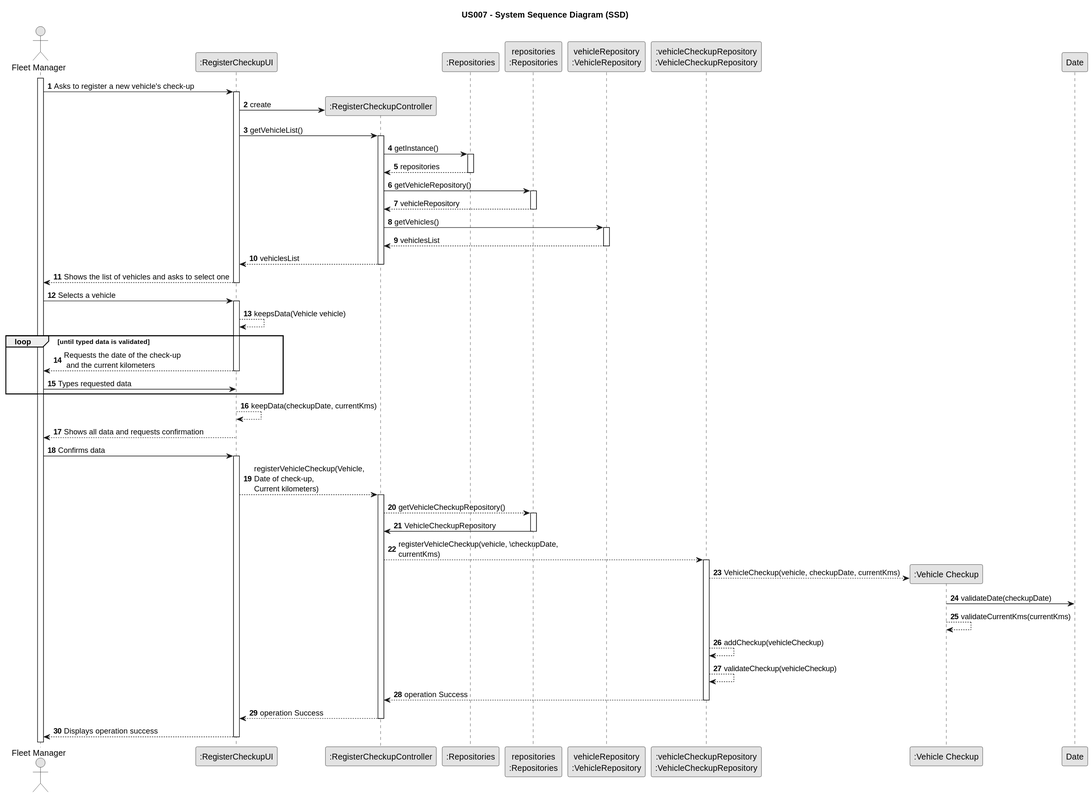
This is docs/sprintB/us007/03.design/svg/us007-sequence-diagram-full.svg from Rui-San/LAPR2_2023_2024, a PlantUML export, as it was before one commit. The source it was exported from:
```plantuml
@startuml
skinparam monochrome true
skinparam packageStyle rectangle
skinparam shadowing false

title US007 - System Sequence Diagram (SSD)

autonumber

actor "Fleet Manager" as Employee
participant ":RegisterCheckupUI" as UI
participant ":RegisterCheckupController" as RCCtrl
participant ":Repositories" as RepositorySingleton
participant "repositories\n:Repositories" as PLAT
participant "vehicleRepository\n:VehicleRepository" as VehicleRepository
participant ":vehicleCheckupRepository\n:VehicleCheckupRepository" as VCRepo
participant ":Vehicle Checkup" as VCheckup
participant "Date" as Date

activate Employee

    Employee -> UI : Asks to register a new vehicle's check-up
    activate UI

        UI -> RCCtrl** : create
        UI -> RCCtrl : getVehicleList()
        activate RCCtrl

            RCCtrl -> RepositorySingleton : getInstance()
            activate RepositorySingleton

                RepositorySingleton --> RCCtrl : repositories
            deactivate RepositorySingleton
            RCCtrl -> PLAT : getVehicleRepository()
            activate PLAT

                PLAT --> RCCtrl : vehicleRepository
            deactivate PLAT
            RCCtrl -> VehicleRepository : getVehicles()
            activate VehicleRepository

                VehicleRepository --> RCCtrl : vehiclesList
            deactivate VehicleRepository
            RCCtrl --> UI : vehiclesList
        deactivate RCCtrl

        UI --> Employee : Shows the list of vehicles and asks to select one
    deactivate UI

    Employee -> UI : Selects a vehicle
    activate UI

        UI --> UI : keepsData(Vehicle vehicle)
    loop until typed data is validated
        UI --> Employee : Requests the date of the check-up\n and the current kilometers
    deactivate UI

    Employee -> UI : Types requested data
    end loop
    activate UI

        UI --> UI : keepData(checkupDate, currentKms)
        UI --> Employee : Shows all data and requests confirmation
    deactivate UI

    Employee -> UI : Confirms data
    activate UI

        UI --> RCCtrl : registerVehicleCheckup(Vehicle, \nDate of check-up, \nCurrent kilometers)
        activate RCCtrl

            RCCtrl --> PLAT : getVehicleCheckupRepository()
            activate PLAT

                PLAT -> RCCtrl : VehicleCheckupRepository
            deactivate PLAT
            RCCtrl --> VCRepo : registerVehicleCheckup(vehicle, \checkupDate, \ncurrentKms)
            activate VCRepo

                VCRepo --> VCheckup** : VehicleCheckup(vehicle, checkupDate, currentKms)
                VCheckup -> Date : validateDate(checkupDate)
                VCheckup --> VCheckup : validateCurrentKms(currentKms)
                VCRepo --> VCRepo : addCheckup(vehicleCheckup)
                VCRepo --> VCRepo : validateCheckup(vehicleCheckup)
                VCRepo --> RCCtrl : operation Success
            deactivate VCRepo

            RCCtrl --> UI : operation Success
        deactivate RCCtrl

        UI --> Employee : Displays operation success
    deactivate UI
@enduml
```
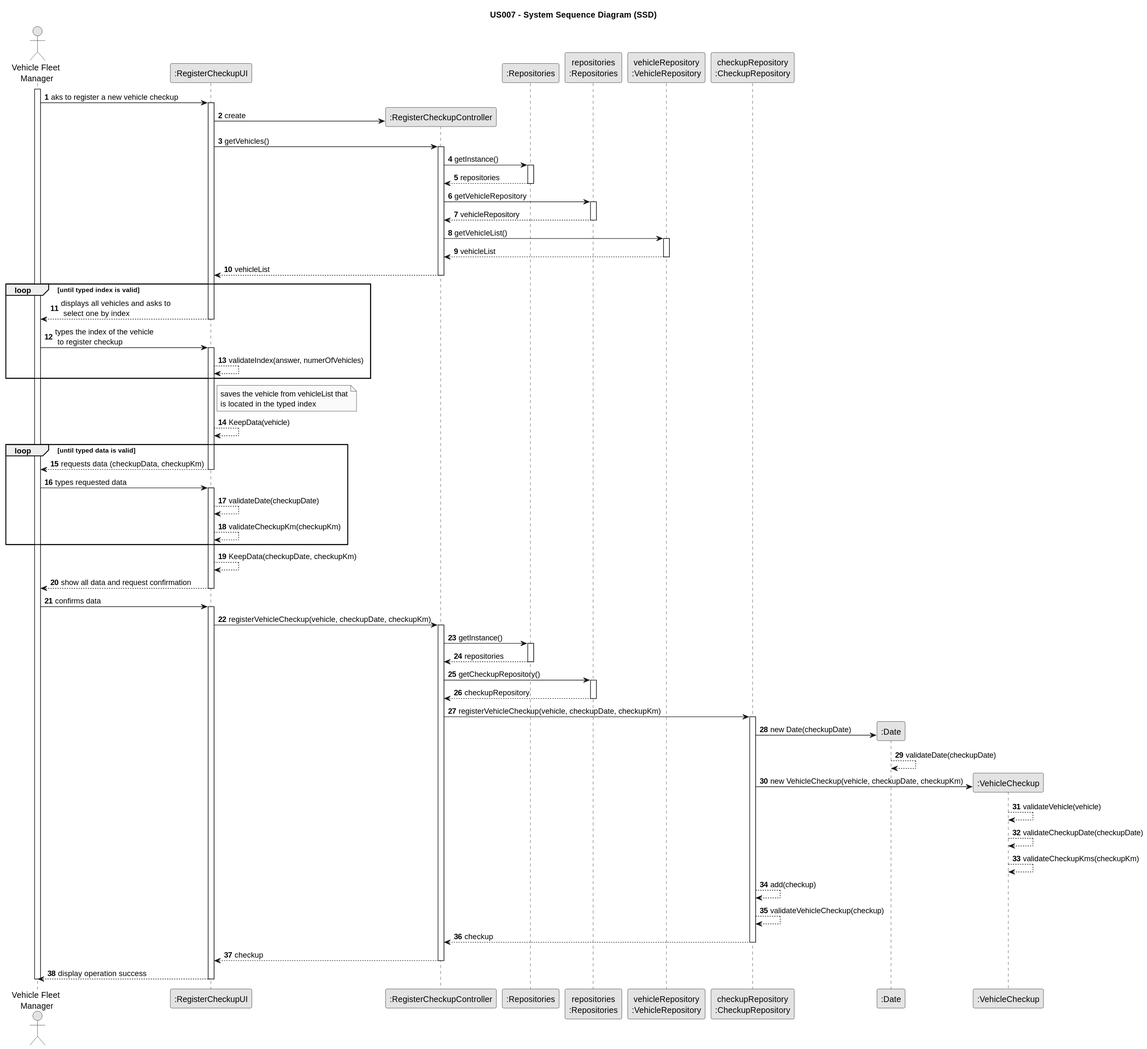
Above is the later version.

Change to the diagram source:
```diff
@@ -7,87 +7,108 @@
 
 autonumber
 
-actor "Fleet Manager" as Employee
+actor "Vehicle Fleet\n Manager" as VFM
 participant ":RegisterCheckupUI" as UI
-participant ":RegisterCheckupController" as RCCtrl
-participant ":Repositories" as RepositorySingleton
-participant "repositories\n:Repositories" as PLAT
-participant "vehicleRepository\n:VehicleRepository" as VehicleRepository
-participant ":vehicleCheckupRepository\n:VehicleCheckupRepository" as VCRepo
-participant ":Vehicle Checkup" as VCheckup
-participant "Date" as Date
+participant ":RegisterCheckupController" as CTRL
+participant ":Repositories" as REPOS
+participant "repositories\n:Repositories" as REPOSInstance
+participant "vehicleRepository\n:VehicleRepository" as VehicleREPO
+participant "checkupRepository\n:CheckupRepository" as CheckupREPO
+participant ":Date" as Date
+participant ":VehicleCheckup" as Checkup
 
-activate Employee
+activate VFM
 
-    Employee -> UI : Asks to register a new vehicle's check-up
+    VFM -> UI : aks to register a new vehicle checkup
     activate UI
 
-        UI -> RCCtrl** : create
-        UI -> RCCtrl : getVehicleList()
-        activate RCCtrl
+        UI -> CTRL** : create
+        UI -> CTRL : getVehicles()
+        activate CTRL
 
-            RCCtrl -> RepositorySingleton : getInstance()
-            activate RepositorySingleton
+            CTRL -> REPOS : getInstance()
+            activate REPOS
 
-                RepositorySingleton --> RCCtrl : repositories
-            deactivate RepositorySingleton
-            RCCtrl -> PLAT : getVehicleRepository()
-            activate PLAT
+                REPOS --> CTRL : repositories
+            deactivate REPOS
 
-                PLAT --> RCCtrl : vehicleRepository
-            deactivate PLAT
-            RCCtrl -> VehicleRepository : getVehicles()
-            activate VehicleRepository
+            CTRL -> REPOSInstance : getVehicleRepository
+            activate REPOSInstance
 
-                VehicleRepository --> RCCtrl : vehiclesList
-            deactivate VehicleRepository
-            RCCtrl --> UI : vehiclesList
-        deactivate RCCtrl
+                REPOSInstance --> CTRL : vehicleRepository
+            deactivate REPOSInstance
 
-        UI --> Employee : Shows the list of vehicles and asks to select one
+            CTRL -> VehicleREPO : getVehicleList()
+            activate VehicleREPO
+
+                VehicleREPO --> CTRL : vehicleList
+            deactivate VehicleREPO
+            CTRL --> UI : vehicleList
+        deactivate CTRL
+loop until typed index is valid
+        UI --> VFM : displays all vehicles and asks to\n select one by index
     deactivate UI
 
-    Employee -> UI : Selects a vehicle
+    VFM -> UI : types the index of the vehicle\n to register checkup
+    activate UI
+        UI --> UI : validateIndex(answer, numerOfVehicles)
+end loop
+        note right of UI
+            saves the vehicle from vehicleList that
+            is located in the typed index
+        end note
+        UI --> UI : KeepData(vehicle)
+loop until typed data is valid
+        UI --> VFM : requests data (checkupData, checkupKm)
+    deactivate UI
+
+    VFM -> UI : types requested data
     activate UI
 
-        UI --> UI : keepsData(Vehicle vehicle)
-    loop until typed data is validated
-        UI --> Employee : Requests the date of the check-up\n and the current kilometers
+        UI --> UI : validateDate(checkupDate)
+        UI --> UI : validateCheckupKm(checkupKm)
+end loop
+        UI --> UI : KeepData(checkupDate, checkupKm)
+        UI --> VFM : show all data and request confirmation
     deactivate UI
 
-    Employee -> UI : Types requested data
-    end loop
+    VFM -> UI : confirms data
     activate UI
 
-        UI --> UI : keepData(checkupDate, currentKms)
-        UI --> Employee : Shows all data and requests confirmation
+        UI -> CTRL : registerVehicleCheckup(vehicle, checkupDate, checkupKm)
+        activate CTRL
+
+            CTRL -> REPOS : getInstance()
+            activate REPOS
+
+                REPOS --> CTRL : repositories
+            deactivate REPOS
+
+            CTRL -> REPOSInstance : getCheckupRepository()
+            activate REPOSInstance
+
+                REPOSInstance --> CTRL : checkupRepository
+            deactivate REPOSInstance
+
+            CTRL -> CheckupREPO : registerVehicleCheckup(vehicle, checkupDate, checkupKm)
+            activate CheckupREPO
+
+                CheckupREPO -> Date** : new Date(checkupDate)
+                    Date --> Date : validateDate(checkupDate)
+                CheckupREPO -> Checkup** : new VehicleCheckup(vehicle, checkupDate, checkupKm)
+                    Checkup --> Checkup : validateVehicle(vehicle)
+                    Checkup --> Checkup : validateCheckupDate(checkupDate)
+                    Checkup --> Checkup : validateCheckupKms(checkupKm)
+                CheckupREPO --> CheckupREPO : add(checkup)
+                CheckupREPO --> CheckupREPO : validateVehicleCheckup(checkup)
+                CheckupREPO --> CTRL : checkup
+            deactivate CheckupREPO
+
+            CTRL --> UI : checkup
+        deactivate CTRL
+
+        UI --> VFM : display operation success
     deactivate UI
 
-    Employee -> UI : Confirms data
-    activate UI
-
-        UI --> RCCtrl : registerVehicleCheckup(Vehicle, \nDate of check-up, \nCurrent kilometers)
-        activate RCCtrl
-
-            RCCtrl --> PLAT : getVehicleCheckupRepository()
-            activate PLAT
-
-                PLAT -> RCCtrl : VehicleCheckupRepository
-            deactivate PLAT
-            RCCtrl --> VCRepo : registerVehicleCheckup(vehicle, \checkupDate, \ncurrentKms)
-            activate VCRepo
-
-                VCRepo --> VCheckup** : VehicleCheckup(vehicle, checkupDate, currentKms)
-                VCheckup -> Date : validateDate(checkupDate)
-                VCheckup --> VCheckup : validateCurrentKms(currentKms)
-                VCRepo --> VCRepo : addCheckup(vehicleCheckup)
-                VCRepo --> VCRepo : validateCheckup(vehicleCheckup)
-                VCRepo --> RCCtrl : operation Success
-            deactivate VCRepo
-
-            RCCtrl --> UI : operation Success
-        deactivate RCCtrl
-
-        UI --> Employee : Displays operation success
-    deactivate UI
+deactivate VFM
 @enduml
```
